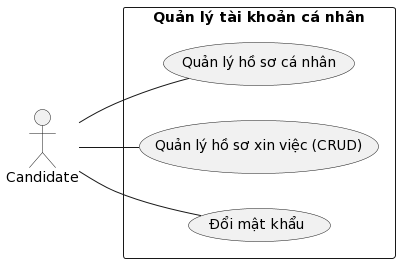
This is Lab1/Lab 1.2 Diagram/Use case/FileIMG/6. UsecaseTaiKhoanCaNhan.png from Griselda4774/EAS-EmploymentAssistanceSystem, a PlantUML export, as it was before one commit. Source of this version:
```plantuml
@startuml
left to right direction
actor nguoiUngTuyen as "Candidate"
rectangle "Quản lý tài khoản cá nhân"{
    usecase quanLyHoSoCaNhan as "Quản lý hồ sơ cá nhân"
    usecase quanLyHoSoXinViecCRUD as "Quản lý hồ sơ xin việc (CRUD)"
    usecase doiMatKhau as "Đổi mật khẩu"
}
nguoiUngTuyen -- quanLyHoSoCaNhan
nguoiUngTuyen -- quanLyHoSoXinViecCRUD
nguoiUngTuyen -- doiMatKhau
@enduml
```
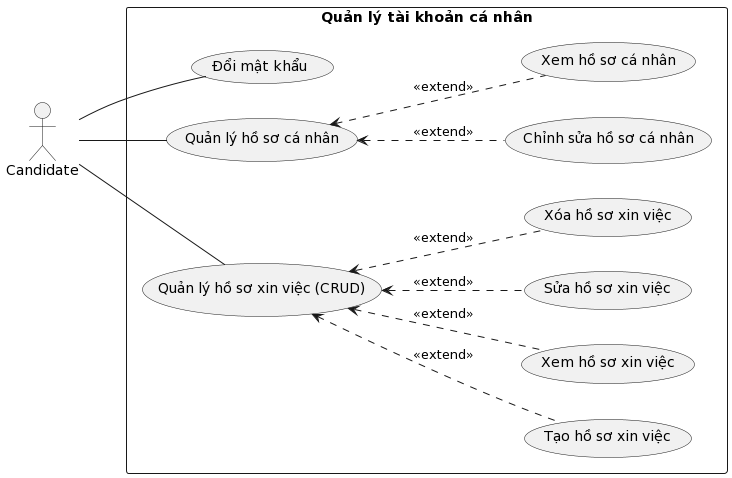
The same diagram one commit later.

Change to the diagram source:
```diff
@@ -5,8 +5,20 @@
     usecase quanLyHoSoCaNhan as "Quản lý hồ sơ cá nhân"
     usecase quanLyHoSoXinViecCRUD as "Quản lý hồ sơ xin việc (CRUD)"
     usecase doiMatKhau as "Đổi mật khẩu"
+    usecase chinhSuaHoSoCaNhan as "Chỉnh sửa hồ sơ cá nhân"
+    usecase xemHoSoCaNhan as "Xem hồ sơ cá nhân"
+    usecase taoHoSoXinViec as "Tạo hồ sơ xin việc"
+    usecase xemHoSoXinViec as "Xem hồ sơ xin việc"
+    usecase suaHoSoXinViec as "Sửa hồ sơ xin việc"
+    usecase xoaHoSoXinViec as "Xóa hồ sơ xin việc"
 }
 nguoiUngTuyen -- quanLyHoSoCaNhan
 nguoiUngTuyen -- quanLyHoSoXinViecCRUD
-nguoiUngTuyen -- doiMatKhau
+nguoiUngTuyen -right- doiMatKhau
+quanLyHoSoCaNhan <.. chinhSuaHoSoCaNhan : <<extend>>
+quanLyHoSoCaNhan <.. xemHoSoCaNhan : <<extend>>
+quanLyHoSoXinViecCRUD <.. taoHoSoXinViec : <<extend>>
+quanLyHoSoXinViecCRUD <.. xemHoSoXinViec : <<extend>>
+quanLyHoSoXinViecCRUD <.. suaHoSoXinViec : <<extend>>
+quanLyHoSoXinViecCRUD <.. xoaHoSoXinViec : <<extend>>
 @enduml
```
